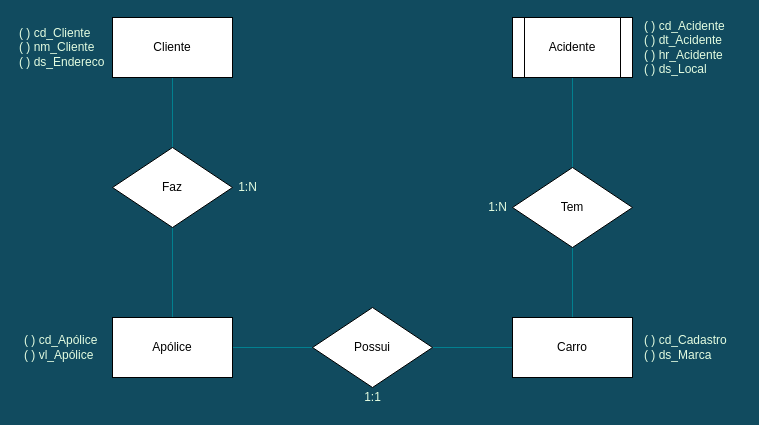
zHorzon/rootoriginal keeps this draw.io diagram as Untitled Diagram.drawio. Above is the earlier version. Source tidied: cells renumbered, new cells numbered last; positions are measured from the earlier drawing's top-left corner, leaving out a move shared by most shapes. Both pictures are drawn from the tidied source at 100%, with x=0, y=0 at pixel (17, 17).
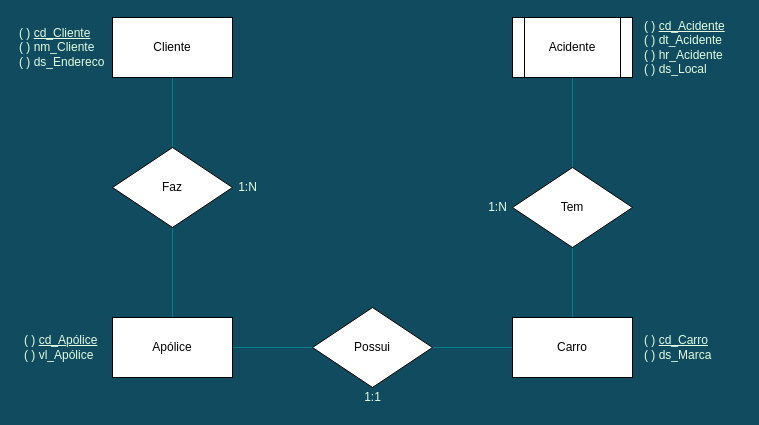
After the change.

Commit message:
Atualização #4 (atualização de atributos)

The edit, as a diff of the source:
```diff
@@
-    <mxCell id="4" value="( ) cd_Cliente&lt;br&gt;( ) nm_Cliente&lt;br&gt;( ) ds_Endereco&amp;nbsp;" style="text;html=1;align=left;verticalAlign=middle;fontColor=#E4FDE1;" parent="1" vertex="1">
+    <mxCell id="4" value="( ) &lt;u&gt;cd_Cliente&lt;/u&gt;&lt;br&gt;( ) nm_Cliente&lt;br&gt;( ) ds_Endereco&amp;nbsp;" style="text;html=1;align=left;verticalAlign=middle;fontColor=#E4FDE1;" parent="1" vertex="1">
       <mxGeometry y="5" width="100" height="50" as="geometry" />
     </mxCell>
@@
-    <mxCell id="10" value="( ) cd_Apólice&lt;br&gt;( ) vl_Apólice" style="text;html=1;align=left;verticalAlign=middle;fontColor=#E4FDE1;" parent="1" vertex="1">
+    <mxCell id="10" value="( ) &lt;u&gt;cd_Apólice&lt;/u&gt;&lt;br&gt;( ) vl_Apólice" style="text;html=1;align=left;verticalAlign=middle;fontColor=#E4FDE1;" parent="1" vertex="1">
       <mxGeometry x="5" y="315" width="90" height="30" as="geometry" />
     </mxCell>
@@
-    <mxCell id="19" value="( ) cd_Cadastro&lt;br&gt;( ) ds_Marca" style="text;html=1;align=left;verticalAlign=middle;fontColor=#E4FDE1;" parent="1" vertex="1">
-      <mxGeometry x="625" y="315" width="100" height="30" as="geometry" />
+    <mxCell id="19" value="( ) &lt;u&gt;cd_Carro&lt;/u&gt;&lt;br&gt;( ) ds_Marca" style="text;html=1;align=left;verticalAlign=middle;fontColor=#E4FDE1;" parent="1" vertex="1">
+      <mxGeometry x="625" y="315" width="80" height="30" as="geometry" />
     </mxCell>
@@
-    <mxCell id="21" value="( ) cd_Acidente&lt;br&gt;( ) dt_Acidente&lt;br&gt;&lt;div&gt;&lt;span&gt;( ) hr_Acidente&lt;/span&gt;&lt;/div&gt;( ) ds_Local" style="text;html=1;align=left;verticalAlign=middle;fontColor=#E4FDE1;" parent="1" vertex="1">
+    <mxCell id="21" value="( ) &lt;u&gt;cd_Acidente&lt;/u&gt;&lt;br&gt;( ) dt_Acidente&lt;br&gt;&lt;div&gt;&lt;span&gt;( ) hr_Acidente&lt;/span&gt;&lt;/div&gt;( ) ds_Local" style="text;html=1;align=left;verticalAlign=middle;fontColor=#E4FDE1;" parent="1" vertex="1">
       <mxGeometry x="625" width="100" height="60" as="geometry" />
     </mxCell>
```
